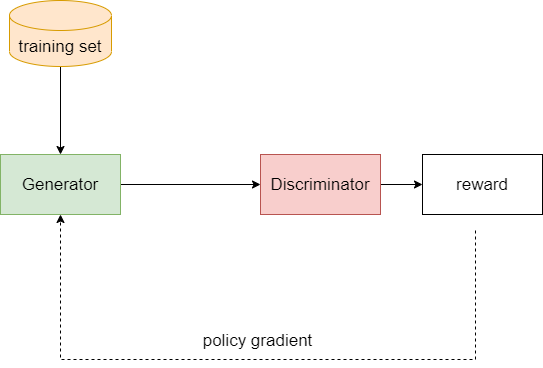
This is seqgan.drawio.png from lakomi/pictures, a draw.io export, as it was before one commit. Source tidied: cells renumbered, new cells last; positions are measured from the earlier drawing's top-left corner, leaving out a move shared by most shapes.
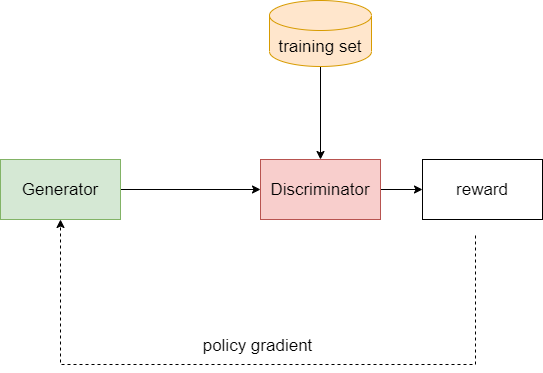
Above is the later version.

Change to the diagram source:
```diff
@@ -14,11 +14,11 @@
     <mxCell id="5" value="Discriminator" style="rounded=0;whiteSpace=wrap;html=1;fillColor=#f8cecc;strokeColor=#b85450;fontSize=17;" parent="1" vertex="1">
       <mxGeometry x="260" y="154" width="120" height="60" as="geometry" />
     </mxCell>
-    <mxCell id="6" style="edgeStyle=orthogonalEdgeStyle;rounded=0;jettySize=auto;html=1;exitX=0.5;exitY=1;exitDx=0;exitDy=0;exitPerimeter=0;" parent="1" edge="1" source="7" target="3">
-      <mxGeometry relative="1" as="geometry" />
-    </mxCell>
+    <mxCell id="11" style="edgeStyle=orthogonalEdgeStyle;rounded=0;jettySize=auto;html=1;exitX=0.5;exitY=1;exitDx=0;exitDy=0;exitPerimeter=0;entryX=0.5;entryY=0;entryDx=0;entryDy=0;fontSize=17;" parent="1" edge="1" source="7" target="5">
+      <mxGeometry relative="1" as="geometry" />
+    </mxCell>
     <mxCell id="7" value="training set" style="shape=cylinder3;whiteSpace=wrap;html=1;boundedLbl=1;backgroundOutline=1;size=15;fillColor=#ffe6cc;strokeColor=#d79b00;fontSize=17;" parent="1" vertex="1">
-      <mxGeometry x="9" width="102" height="66" as="geometry" />
+      <mxGeometry x="269" y="-5" width="102" height="66" as="geometry" />
     </mxCell>
     <mxCell id="8" value="policy gradient" style="text;html=1;align=center;verticalAlign=middle;strokeColor=none;fillColor=none;fontSize=17;" parent="1" vertex="1">
       <mxGeometry x="197" y="328" width="120" height="24" as="geometry" />
```
